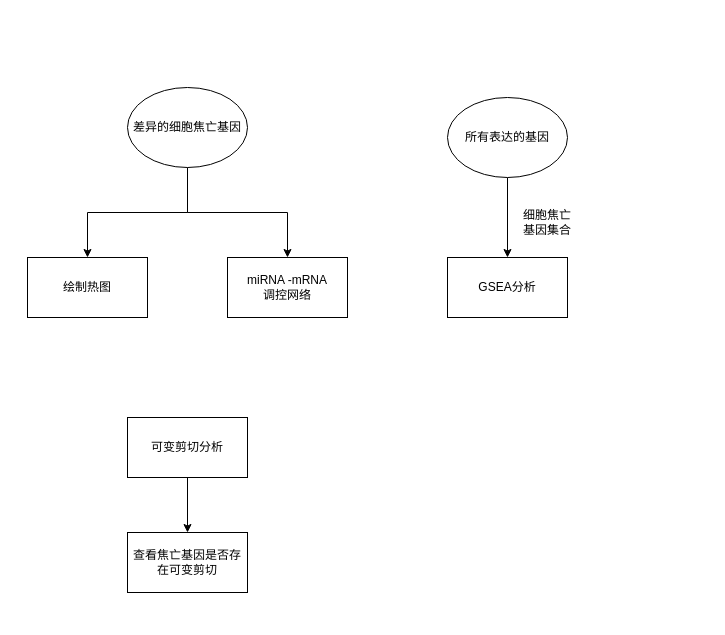
Earlier version of the draw.io diagram xibao焦亡.drawio (gnilihzeux/Bioinformatics_Pipeline). Source tidied: cells renumbered, new cells numbered last; positions are measured from the earlier drawing's top-left corner, leaving out a move shared by most shapes. Both pictures are drawn from the tidied source at 100%, with x=0, y=0 at pixel (27, 87).
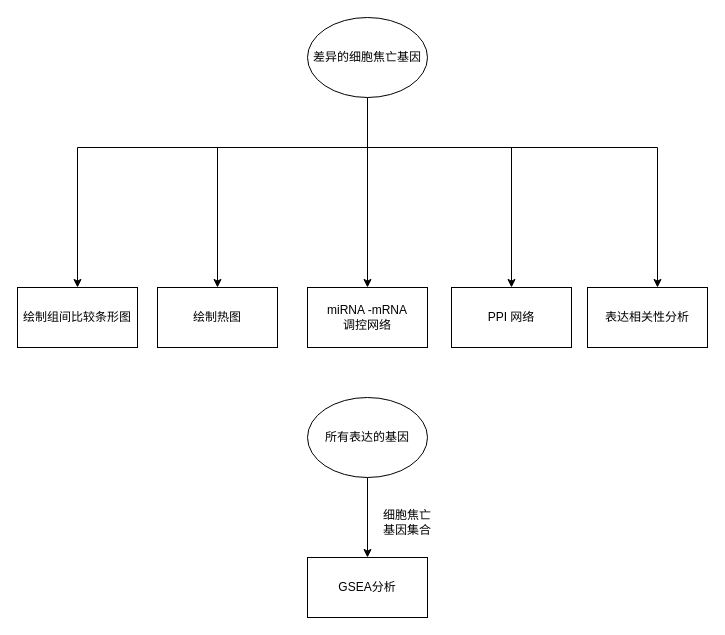
After the change.

The edit, as a diff of the source:
```diff
@@
     <mxCell id="2" style="edgeStyle=orthogonalEdgeStyle;rounded=0;jettySize=auto;html=1;" parent="1" edge="1" source="4" target="5">
-      <mxGeometry relative="1" as="geometry" />
+      <mxGeometry relative="1" as="geometry">
+        <Array as="points">
+          <mxPoint x="340" y="60" />
+          <mxPoint x="190" y="60" />
+        </Array>
+      </mxGeometry>
     </mxCell>
@@
+    <mxCell id="14" style="edgeStyle=orthogonalEdgeStyle;rounded=0;jettySize=auto;html=1;" parent="1" edge="1" source="4" target="17">
+      <mxGeometry relative="1" as="geometry">
+        <Array as="points">
+          <mxPoint x="340" y="60" />
+          <mxPoint x="484" y="60" />
+        </Array>
+      </mxGeometry>
+    </mxCell>
+    <mxCell id="15" style="edgeStyle=orthogonalEdgeStyle;rounded=0;jettySize=auto;html=1;" parent="1" edge="1" source="4" target="18">
+      <mxGeometry relative="1" as="geometry">
+        <Array as="points">
+          <mxPoint x="340" y="60" />
+          <mxPoint x="50" y="60" />
+        </Array>
+      </mxGeometry>
+    </mxCell>
+    <mxCell id="16" style="edgeStyle=orthogonalEdgeStyle;rounded=0;jettySize=auto;html=1;" parent="1" edge="1" source="4" target="19">
+      <mxGeometry relative="1" as="geometry">
+        <Array as="points">
+          <mxPoint x="340" y="60" />
+          <mxPoint x="630" y="60" />
+        </Array>
+      </mxGeometry>
+    </mxCell>
     <mxCell id="4" value="差异的细胞焦亡基因" style="ellipse;whiteSpace=wrap;html=1;" parent="1" vertex="1">
-      <mxGeometry x="100" width="120" height="80" as="geometry" />
+      <mxGeometry x="280" y="-70" width="120" height="80" as="geometry" />
     </mxCell>
     <mxCell id="5" value="绘制热图" style="whiteSpace=wrap;html=1;" parent="1" vertex="1">
-      <mxGeometry y="170" width="120" height="60" as="geometry" />
+      <mxGeometry x="130" y="200" width="120" height="60" as="geometry" />
     </mxCell>
     <mxCell id="6" value="miRNA -mRNA &lt;br&gt;调控网络" style="whiteSpace=wrap;html=1;" parent="1" vertex="1">
-      <mxGeometry x="200" y="170" width="120" height="60" as="geometry" />
+      <mxGeometry x="280" y="200" width="120" height="60" as="geometry" />
     </mxCell>
@@
     <mxCell id="8" value="所有表达的基因" style="ellipse;whiteSpace=wrap;html=1;" parent="1" vertex="1">
-      <mxGeometry x="420" y="10" width="120" height="80" as="geometry" />
+      <mxGeometry x="280" y="310" width="120" height="80" as="geometry" />
     </mxCell>
     <mxCell id="9" value="GSEA分析" style="whiteSpace=wrap;html=1;" parent="1" vertex="1">
-      <mxGeometry x="420" y="170" width="120" height="60" as="geometry" />
+      <mxGeometry x="280" y="470" width="120" height="60" as="geometry" />
     </mxCell>
     <mxCell id="10" value="细胞焦亡基因集合" style="text;html=1;strokeColor=none;fillColor=none;align=center;verticalAlign=middle;whiteSpace=wrap;rounded=0;" parent="1" vertex="1">
-      <mxGeometry x="490" y="120" width="60" height="30" as="geometry" />
+      <mxGeometry x="350" y="420" width="60" height="30" as="geometry" />
     </mxCell>
-    <mxCell id="11" style="edgeStyle=orthogonalEdgeStyle;rounded=0;jettySize=auto;html=1;" parent="1" edge="1" source="12" target="13">
-      <mxGeometry relative="1" as="geometry" />
-    </mxCell>
-    <mxCell id="12" value="可变剪切分析" style="rounded=0;whiteSpace=wrap;html=1;" parent="1" vertex="1">
-      <mxGeometry x="100" y="330" width="120" height="60" as="geometry" />
-    </mxCell>
-    <mxCell id="13" value="查看焦亡基因是否存在可变剪切" style="whiteSpace=wrap;html=1;rounded=0;" parent="1" vertex="1">
-      <mxGeometry x="100" y="445" width="120" height="60" as="geometry" />
-    </mxCell>
+    <mxCell id="17" value="PPI 网络" style="whiteSpace=wrap;html=1;" parent="1" vertex="1">
+      <mxGeometry x="424" y="200" width="120" height="60" as="geometry" />
+    </mxCell>
+    <mxCell id="18" value="绘制组间比较条形图" style="whiteSpace=wrap;html=1;" parent="1" vertex="1">
+      <mxGeometry x="-10" y="200" width="120" height="60" as="geometry" />
+    </mxCell>
+    <mxCell id="19" value="表达相关性分析" style="whiteSpace=wrap;html=1;" parent="1" vertex="1">
+      <mxGeometry x="560" y="200" width="120" height="60" as="geometry" />
+    </mxCell>
```
